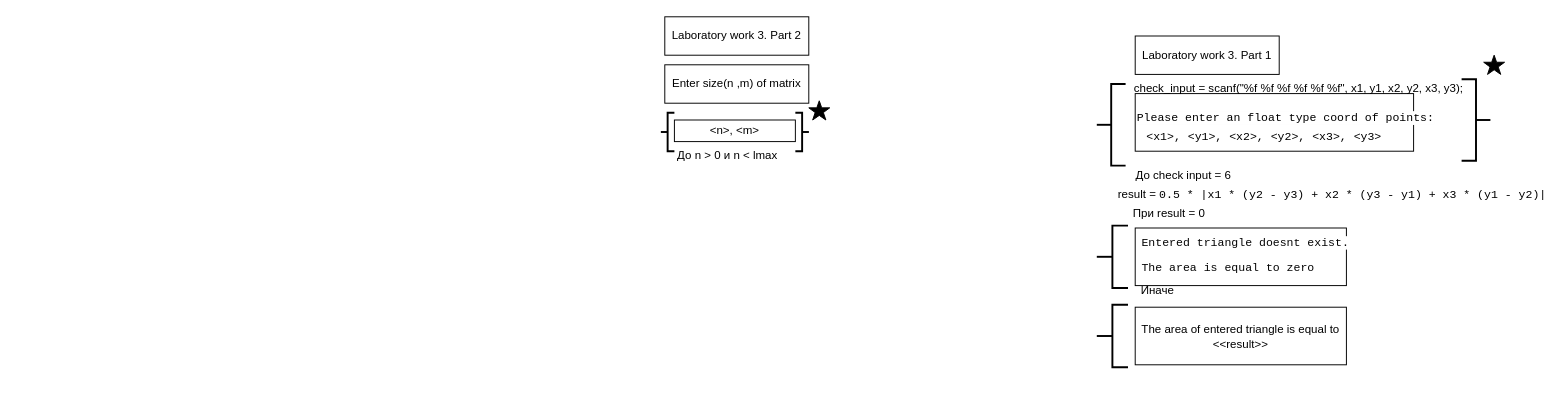
xyzfbi/Projects keeps this draw.io diagram as lab3_diagr.drawio. Above is the earlier version. Source tidied: cells renumbered, new cells numbered last; positions are measured from the earlier drawing's top-left corner, leaving out a move shared by most shapes. Both pictures are drawn from the tidied source at 96%, with x=0, y=0 at pixel (660, 16).
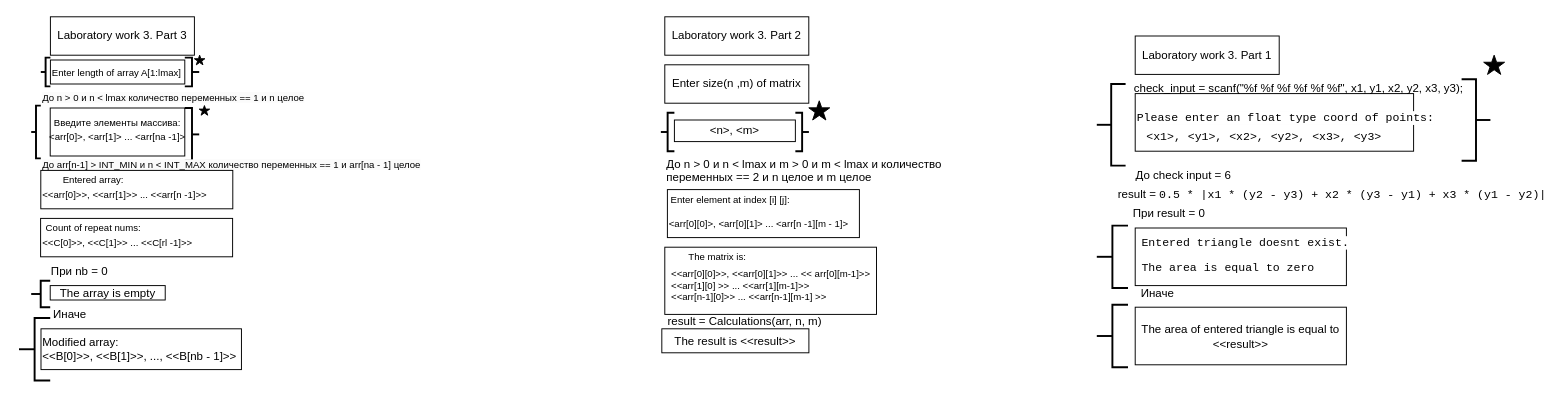
Above is the later version.

What changed in the source:
```diff
@@
     <mxCell id="16" value="Иначе" style="text;html=1;align=center;verticalAlign=middle;strokeColor=none;fillColor=none;" parent="1" vertex="1">
-      <mxGeometry x="486.5" y="270" width="60" height="30" as="geometry" />
+      <mxGeometry x="486.5" y="272.5" width="60" height="30" as="geometry" />
     </mxCell>
@@
-    <mxCell id="21" value="До n &amp;gt; 0 и n &amp;lt; lmax" style="text;html=1;align=center;verticalAlign=middle;strokeColor=none;fillColor=none;" parent="1" vertex="1">
-      <mxGeometry x="4" y="130" width="130" height="30" as="geometry" />
-    </mxCell>
@@
+    <mxCell id="26" style="rounded=0;whiteSpace=wrap;html=1;align=left;" parent="1" vertex="1">
+      <mxGeometry x="6.7" y="180" width="200" height="50" as="geometry" />
+    </mxCell>
+    <mxCell id="27" value="&lt;div style=&quot;text-align: left;&quot;&gt;&lt;span style=&quot;font-size: 10px;&quot;&gt;Enter element at index [i] [j]:&lt;/span&gt;&lt;/div&gt;" style="text;html=1;align=center;verticalAlign=middle;whiteSpace=wrap;rounded=0;" parent="1" vertex="1">
+      <mxGeometry x="6.7" y="182.5" width="130.5" height="15" as="geometry" />
+    </mxCell>
+    <mxCell id="28" value="&amp;lt;arr[0][0]&amp;gt;, &amp;lt;arr[0][1]&amp;gt; ... &amp;lt;arr[n -1][m - 1]&amp;gt;" style="text;html=1;align=center;verticalAlign=middle;whiteSpace=wrap;rounded=0;fontSize=10;" parent="1" vertex="1">
+      <mxGeometry x="-3.3" y="200" width="210" height="30" as="geometry" />
+    </mxCell>
+    <mxCell id="29" style="rounded=0;whiteSpace=wrap;html=1;" parent="1" vertex="1">
+      <mxGeometry x="4" y="240" width="220.5" height="70" as="geometry" />
+    </mxCell>
+    <mxCell id="30" value="&lt;font style=&quot;font-size: 10px;&quot;&gt;The matrix is:&lt;/font&gt;" style="text;html=1;align=center;verticalAlign=middle;whiteSpace=wrap;rounded=0;" parent="1" vertex="1">
+      <mxGeometry x="4" y="240" width="110" height="20" as="geometry" />
+    </mxCell>
+    <mxCell id="31" value="&amp;lt;&amp;lt;arr[0][0]&amp;gt;&amp;gt;, &amp;lt;&amp;lt;arr[0][1]&amp;gt;&amp;gt; ... &amp;lt;&amp;lt; arr[0][m-1]&amp;gt;&amp;gt;&lt;div style=&quot;font-size: 10px;&quot;&gt;&amp;lt;&amp;lt;arr[1][0] &amp;gt;&amp;gt; ... &amp;lt;&amp;lt;arr[1][m-1]&amp;gt;&amp;gt;&lt;/div&gt;&lt;div style=&quot;font-size: 10px;&quot;&gt;&amp;lt;&amp;lt;arr[n-1][0]&amp;gt;&amp;gt; ... &amp;lt;&amp;lt;arr[n-1][m-1] &amp;gt;&amp;gt;&lt;/div&gt;" style="text;html=1;align=left;verticalAlign=middle;whiteSpace=wrap;rounded=0;fontSize=10;" parent="1" vertex="1">
+      <mxGeometry x="9" y="265" width="240" height="30" as="geometry" />
+    </mxCell>
+    <mxCell id="32" value="result = Calculations(arr, n, m)" style="text;html=1;align=center;verticalAlign=middle;strokeColor=none;fillColor=none;" parent="1" vertex="1">
+      <mxGeometry x="-3.3" y="302.5" width="180" height="30" as="geometry" />
+    </mxCell>
+    <mxCell id="33" value="The result is &amp;lt;&amp;lt;result&amp;gt;&amp;gt;" style="whiteSpace=wrap;html=1;" parent="1" vertex="1">
+      <mxGeometry x="0.9" y="325" width="153.2" height="25" as="geometry" />
+    </mxCell>
+    <mxCell id="34" value="До n &amp;gt; 0 и n &amp;lt; lmax и m &amp;gt; 0 и m &amp;lt; lmax и количество переменных == 2 и n целое и m целое" style="text;whiteSpace=wrap;html=1;" parent="1" vertex="1">
+      <mxGeometry x="4" y="140" width="355.5" height="40" as="geometry" />
+    </mxCell>
+    <mxCell id="35" value="Laboratory work 3. Part 3" style="rounded=0;whiteSpace=wrap;html=1;" parent="1" vertex="1">
+      <mxGeometry x="-636" width="150" height="40" as="geometry" />
+    </mxCell>
+    <mxCell id="36" value="&lt;font style=&quot;font-size: 10px;&quot;&gt;Enter length of array A[1:lmax]&lt;/font&gt;" style="rounded=0;whiteSpace=wrap;html=1;align=left;" parent="1" vertex="1">
+      <mxGeometry x="-636" y="45" width="140" height="25" as="geometry" />
+    </mxCell>
+    <mxCell id="37" style="verticalLabelPosition=bottom;verticalAlign=top;html=1;shape=mxgraph.basic.star;fillColor=#000000;" parent="1" vertex="1">
+      <mxGeometry x="-486" y="40" width="10.9" height="10" as="geometry" />
+    </mxCell>
+    <mxCell id="38" style="strokeWidth=2;html=1;shape=mxgraph.flowchart.annotation_2;align=left;labelPosition=right;" parent="1" vertex="1">
+      <mxGeometry x="-646" y="42.5" width="10" height="30" as="geometry" />
+    </mxCell>
+    <mxCell id="39" style="strokeWidth=2;html=1;shape=mxgraph.flowchart.annotation_2;align=left;labelPosition=right;direction=west;" parent="1" vertex="1">
+      <mxGeometry x="-496" y="42.5" width="15" height="30" as="geometry" />
+    </mxCell>
+    <mxCell id="40" value="&lt;font style=&quot;forced-color-adjust: none; color: rgb(0, 0, 0); font-family: Helvetica; font-style: normal; font-variant-ligatures: normal; font-variant-caps: normal; font-weight: 400; letter-spacing: normal; orphans: 2; text-align: center; text-indent: 0px; text-transform: none; widows: 2; word-spacing: 0px; -webkit-text-stroke-width: 0px; white-space: nowrap; background-color: rgb(251, 251, 251); text-decoration-thickness: initial; text-decoration-style: initial; text-decoration-color: initial; font-size: 10px;&quot;&gt;До n &amp;gt; 0 и n &amp;lt; lmax количество переменных == 1 и n целое&lt;/font&gt;" style="text;whiteSpace=wrap;html=1;" parent="1" vertex="1">
+      <mxGeometry x="-646" y="70" width="450" height="30" as="geometry" />
+    </mxCell>
+    <mxCell id="41" style="rounded=0;whiteSpace=wrap;html=1;align=left;" parent="1" vertex="1">
+      <mxGeometry x="-636.2" y="95" width="140.2" height="50" as="geometry" />
+    </mxCell>
+    <mxCell id="42" value="&lt;span style=&quot;font-size: 10px; text-align: left;&quot;&gt;Введите элементы массива:&lt;/span&gt;" style="text;html=1;align=center;verticalAlign=middle;whiteSpace=wrap;rounded=0;" parent="1" vertex="1">
+      <mxGeometry x="-646.2" y="95" width="160" height="30" as="geometry" />
+    </mxCell>
+    <mxCell id="43" value="&amp;lt;arr[0]&amp;gt;, &amp;lt;arr[1]&amp;gt; ... &amp;lt;arr[na -1]&amp;gt;" style="text;html=1;align=center;verticalAlign=middle;whiteSpace=wrap;rounded=0;fontSize=10;" parent="1" vertex="1">
+      <mxGeometry x="-671" y="115" width="210" height="20" as="geometry" />
+    </mxCell>
+    <mxCell id="44" style="verticalLabelPosition=bottom;verticalAlign=top;html=1;shape=mxgraph.basic.star;fillColor=#000000;" parent="1" vertex="1">
+      <mxGeometry x="-481" y="92.5" width="10.9" height="10" as="geometry" />
+    </mxCell>
+    <mxCell id="45" style="strokeWidth=2;html=1;shape=mxgraph.flowchart.annotation_2;align=left;labelPosition=right;" parent="1" vertex="1">
+      <mxGeometry x="-656" y="92.5" width="10" height="55" as="geometry" />
+    </mxCell>
+    <mxCell id="46" style="strokeWidth=2;html=1;shape=mxgraph.flowchart.annotation_2;align=left;labelPosition=right;direction=west;" parent="1" vertex="1">
+      <mxGeometry x="-496" y="95" width="15" height="55" as="geometry" />
+    </mxCell>
+    <mxCell id="47" value="&lt;font style=&quot;forced-color-adjust: none; color: rgb(0, 0, 0); font-family: Helvetica; font-style: normal; font-variant-ligatures: normal; font-variant-caps: normal; font-weight: 400; letter-spacing: normal; orphans: 2; text-align: center; text-indent: 0px; text-transform: none; widows: 2; word-spacing: 0px; -webkit-text-stroke-width: 0px; white-space: nowrap; background-color: rgb(251, 251, 251); text-decoration-thickness: initial; text-decoration-style: initial; text-decoration-color: initial; font-size: 10px;&quot;&gt;До arr[n-1] &amp;gt; INT_MIN и n &amp;lt; INT_MAX количество переменных == 1 и arr[na - 1] целое&lt;/font&gt;" style="text;whiteSpace=wrap;html=1;" parent="1" vertex="1">
+      <mxGeometry x="-646" y="140" width="450" height="30" as="geometry" />
+    </mxCell>
+    <mxCell id="48" style="rounded=0;whiteSpace=wrap;html=1;" parent="1" vertex="1">
+      <mxGeometry x="-646" y="160" width="200" height="40" as="geometry" />
+    </mxCell>
+    <mxCell id="49" value="&lt;font style=&quot;font-size: 10px;&quot;&gt;Entered array:&lt;/font&gt;" style="text;html=1;align=center;verticalAlign=middle;whiteSpace=wrap;rounded=0;" parent="1" vertex="1">
+      <mxGeometry x="-646" y="160" width="110" height="20" as="geometry" />
+    </mxCell>
+    <mxCell id="50" value="&lt;span style=&quot;text-align: center;&quot;&gt;&amp;lt;&amp;lt;arr[0]&amp;gt;&amp;gt;, &amp;lt;&amp;lt;arr[1]&amp;gt;&amp;gt; ... &amp;lt;&amp;lt;arr[n -1]&amp;gt;&amp;gt;&lt;/span&gt;" style="text;html=1;align=left;verticalAlign=middle;whiteSpace=wrap;rounded=0;fontSize=10;" parent="1" vertex="1">
+      <mxGeometry x="-645.8" y="170" width="240" height="30" as="geometry" />
+    </mxCell>
+    <mxCell id="51" style="rounded=0;whiteSpace=wrap;html=1;" parent="1" vertex="1">
+      <mxGeometry x="-646.2" y="210" width="200" height="40" as="geometry" />
+    </mxCell>
+    <mxCell id="52" value="&lt;font style=&quot;font-size: 10px;&quot;&gt;Count of repeat nums:&lt;/font&gt;" style="text;html=1;align=center;verticalAlign=middle;whiteSpace=wrap;rounded=0;" parent="1" vertex="1">
+      <mxGeometry x="-646.2" y="210" width="110" height="20" as="geometry" />
+    </mxCell>
+    <mxCell id="53" value="&lt;span style=&quot;text-align: center;&quot;&gt;&amp;lt;&amp;lt;C[0]&amp;gt;&amp;gt;, &amp;lt;&amp;lt;C[1]&amp;gt;&amp;gt; ... &amp;lt;&amp;lt;C[rl -1]&amp;gt;&amp;gt;&lt;/span&gt;" style="text;html=1;align=left;verticalAlign=middle;whiteSpace=wrap;rounded=0;fontSize=10;" parent="1" vertex="1">
+      <mxGeometry x="-646" y="220" width="240" height="30" as="geometry" />
+    </mxCell>
+    <mxCell id="54" value="При nb = 0" style="text;html=1;align=center;verticalAlign=middle;strokeColor=none;fillColor=none;" parent="1" vertex="1">
+      <mxGeometry x="-646.2" y="250" width="80" height="30" as="geometry" />
+    </mxCell>
+    <mxCell id="55" value="The array is empty" style="whiteSpace=wrap;html=1;" parent="1" vertex="1">
+      <mxGeometry x="-636.2" y="280" width="119.8" height="15" as="geometry" />
+    </mxCell>
+    <mxCell id="56" style="strokeWidth=2;html=1;shape=mxgraph.flowchart.annotation_2;align=left;labelPosition=right;" parent="1" vertex="1">
+      <mxGeometry x="-656" y="275" width="19.8" height="27.5" as="geometry" />
+    </mxCell>
+    <mxCell id="57" value="Иначе" style="text;html=1;align=center;verticalAlign=middle;strokeColor=none;fillColor=none;" parent="1" vertex="1">
+      <mxGeometry x="-646.2" y="295" width="60" height="30" as="geometry" />
+    </mxCell>
+    <mxCell id="58" value="Modified array:&amp;nbsp;&lt;div&gt;&amp;lt;&amp;lt;B[0]&amp;gt;&amp;gt;, &amp;lt;&amp;lt;B[1]&amp;gt;&amp;gt;, ..., &amp;lt;&amp;lt;B[nb - 1]&amp;gt;&amp;gt;&lt;/div&gt;" style="whiteSpace=wrap;html=1;align=left;" parent="1" vertex="1">
+      <mxGeometry x="-645.8" y="325" width="208.8" height="42.5" as="geometry" />
+    </mxCell>
+    <mxCell id="59" style="strokeWidth=2;html=1;shape=mxgraph.flowchart.annotation_2;align=left;labelPosition=right;" parent="1" vertex="1">
+      <mxGeometry x="-668.7" y="313.8" width="32.5" height="65" as="geometry" />
+    </mxCell>
```
